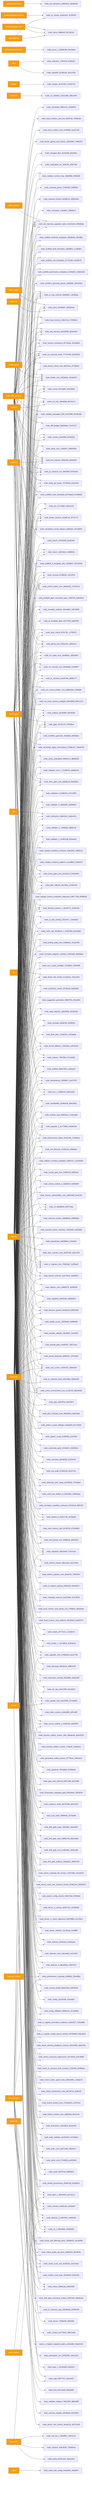
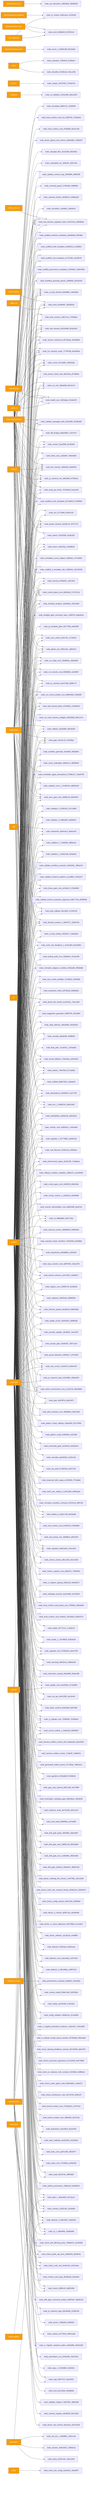
graph LR
  ext_inquirer_prompts_4d547149["@inquirer/prompts"] --> node_init_interactive_28845b2f_39350b46
  ext_octokit_plugin_retry_c9aecc53["@octokit/plugin-retry"] --> node_client_948fe603_907d5144
  ext_octokit_plugin_throttling_7909ece3["@octokit/plugin-throttling"] --> node_client_948fe603_907d5144
  ext_octokit_plugin_throttling_7909ece3["@octokit/plugin-throttling"] --> node_pr_creator_dc6b1ea4_4c333e0f
  ext_octokit_request_error_98ae13cc["@octokit/request-error"] --> node_errors_1_84b56c88_f9e19a8e
  ext_octokit_rest_c6e4d192["@octokit/rest"] --> node_client_948fe603_907d5144
  ext_octokit_rest_c6e4d192["@octokit/rest"] --> node_pr_creator_dc6b1ea4_4c333e0f
  ext_better_sqlite3_d7ed8f1a["better-sqlite3"] --> node_store_824d80d7_69038a3e
  ext_child_process_4845fa97["child_process"] --> node_test_harness_upgrade_matrix_84113c4e_e0838daa
  ext_diff_75a0ee1b["diff"] --> node_interactive_0eb42ac4_3ee6c3c6
  ext_effect_68d1dae1["effect"] --> node_classifier_fe1991a9_34ec128d
  ext_effect_68d1dae1["effect"] --> node_evaluator_27f6343f_e2466dc7
  ext_fs_3f4bb586["fs"] --> node_doctor_file_checks_bc1301dc_74dc1400
  ext_lodash_901466a5["lodash"] --> node_merger_3e167607_07e847e5
  ext_node_child_process_f62b7d19["node:child_process"] --> node_branch_enforcer_acb749cd_10e89517
  ext_node_child_process_f62b7d19["node:child_process"] --> node_changed_files_4c0102f6_bfd165bc
  ext_node_child_process_f62b7d19["node:child_process"] --> node_check_environment_core_2c16213f_a8a456d9
  ext_node_child_process_f62b7d19["node:child_process"] --> node_ci_migrate_core_7005b5af_7e295ae3
  ext_node_child_process_f62b7d19["node:child_process"] --> node_control_plane_core_db3b4cb2_27437a14
  ext_node_child_process_f62b7d19["node:child_process"] --> node_diff_budget_9da0268d_71167227
  ext_node_child_process_f62b7d19["node:child_process"] --> node_docs_gate_core_eb9b6c18_f8540503
  ext_node_child_process_f62b7d19["node:child_process"] --> node_doctor_check_utils_d0fc22ea_d74f86eb
  ext_node_child_process_f62b7d19["node:child_process"] --> node_doctor_github_tool_checks_a53b0382_76d832f7
  ext_node_child_process_f62b7d19["node:child_process"] --> node_github_e2e_2891a341_af6f1610
  ext_node_child_process_f62b7d19["node:child_process"] --> node_health_core_2b2fdada_341de678
  ext_node_child_process_f62b7d19["node:child_process"] --> node_linear_gate_core_a415ae74_222bd4b9
  ext_node_child_process_f62b7d19["node:child_process"] --> node_link_checker_d0fa555f_abfe9020
  ext_node_child_process_f62b7d19["node:child_process"] --> node_local_memory_0db17ecc_97fe98ce
  ext_node_child_process_f62b7d19["node:child_process"] --> node_local_runtime_card_d7fd59bf_beed7160
  ext_node_child_process_f62b7d19["node:child_process"] --> node_local_runtime_card_live_65f2f7da_7feb6eda
  ext_node_child_process_f62b7d19["node:child_process"] --> node_next_runner_41643472_9b94424f
  ext_node_child_process_f62b7d19["node:child_process"] --> node_pr_closeout_0ac07306_e8d9c77f
  ext_node_child_process_f62b7d19["node:child_process"] --> node_pr_closeout_env_9bfcd9ef_f476024a
  ext_node_child_process_f62b7d19["node:child_process"] --> node_remediate_06b9c7fc_2158505f
  ext_node_child_process_f62b7d19["node:child_process"] --> node_run_e2e_39efe696_fb07ee74
  ext_node_child_process_f62b7d19["node:child_process"] --> node_run_harness_evals_77704768_ba42904d
  ext_node_child_process_f62b7d19["node:child_process"] --> node_runner_527aa9f4_40925a5b
  ext_node_child_process_f62b7d19["node:child_process"] --> node_scaffold_hook_templates_8c74ab50_572d99d9
  ext_node_child_process_f62b7d19["node:child_process"] --> node_search_24193290_6a30c5b7
  ext_node_child_process_f62b7d19["node:child_process"] --> node_setup_git_hooks_70750d40_b4ca2cf9
  ext_node_child_process_f62b7d19["node:child_process"] --> node_test_harness_6e520b98_6b3d1d32
  ext_node_child_process_f62b7d19["node:child_process"] --> node_test_harness_upgrade_matrix_84113c4e_e0838daa
  ext_node_child_process_f62b7d19["node:child_process"] --> node_ui_loop_internal_f2eb8892_c4b49e6a
  ext_node_child_process_f62b7d19["node:child_process"] --> node_validate_commit_msg_43b008fe_f9560ef9
  ext_node_child_process_f62b7d19["node:child_process"] --> node_validate_packaged_skill_5e32c890_9228ad58
  ext_node_child_process_f62b7d19["node:child_process"] --> node_version_coherence_69733bcb_00c8d5d9
  ext_node_crypto_c7dfc512["node:crypto"] --> node_artifact_io_ba511748_6d1faad8
  ext_node_crypto_c7dfc512["node:crypto"] --> node_check_environment_core_2c16213f_a8a456d9
  ext_node_crypto_c7dfc512["node:crypto"] --> node_ci_migrate_signing_2d82ac3f_9e5e8974
  ext_node_crypto_c7dfc512["node:crypto"] --> node_control_plane_core_db3b4cb2_27437a14
  ext_node_crypto_c7dfc512["node:crypto"] --> node_decision_packet_1_dd443771_92fa570e
  ext_node_crypto_c7dfc512["node:crypto"] --> node_decision_packet_8ee9d119_b89c59dd
  ext_node_crypto_c7dfc512["node:crypto"] --> node_docs_gate_core_eb9b6c18_f8540503
  ext_node_crypto_c7dfc512["node:crypto"] --> node_enforcement_status_92d314f5_7cd48cbe
  ext_node_crypto_c7dfc512["node:crypto"] --> node_env_b77349bf_420e4120
  ext_node_crypto_c7dfc512["node:crypto"] --> node_gate_c974e17b_07549baf
  ext_node_crypto_c7dfc512["node:crypto"] --> node_idempotency_f5d39a07_bce757f2
  ext_node_crypto_c7dfc512["node:crypto"] --> node_indexer_70fa78e5_97c1bb0b
  ext_node_crypto_c7dfc512["node:crypto"] --> node_lexical_fallback_723e2b3e_cdb7bd33
  ext_node_crypto_c7dfc512["node:crypto"] --> node_linear_sync_a2fa2bf7_48e6d20b
  ext_node_crypto_c7dfc512["node:crypto"] --> node_link_checker_d0fa555f_abfe9020
  ext_node_crypto_c7dfc512["node:crypto"] --> node_migration_8a6cead4_3c3cc0a4
  ext_node_crypto_c7dfc512["node:crypto"] --> node_normalise_cc83ddc1_b95d4ccf
  ext_node_crypto_c7dfc512["node:crypto"] --> node_normalize_diagram_manifest_259cbddf_3f92b8d6
  ext_node_crypto_c7dfc512["node:crypto"] --> node_north_star_feedback_1_9c32c60d_b0cd38dc
  ext_node_crypto_c7dfc512["node:crypto"] --> node_pilot_rollback_00c1f82c_b744974b
  ext_node_crypto_c7dfc512["node:crypto"] --> node_preset_resolver_dc3dd716_3f747c75
  ext_node_crypto_c7dfc512["node:crypto"] --> node_remediate_apply_transactions_0738b122_7ebd0795
  ext_node_crypto_c7dfc512["node:crypto"] --> node_required_checks_46396214_9d882ad3
  ext_node_crypto_c7dfc512["node:crypto"] --> node_rollback_da25480f_48e45364
  ext_node_crypto_c7dfc512["node:crypto"] --> node_run_record_emitter_core_688049d5_2036fd6f
  ext_node_crypto_c7dfc512["node:crypto"] --> node_run_records_core_89286dfa_4ce958f7
  ext_node_crypto_c7dfc512["node:crypto"] --> node_run_state_core_25a955bc_a562e9bf
  ext_node_crypto_c7dfc512["node:crypto"] --> node_scan_cache_fc02c79c_11793337
  ext_node_crypto_c7dfc512["node:crypto"] --> node_simulate_analysis_164a460c_2367e095
  ext_node_crypto_c7dfc512["node:crypto"] --> node_sources_878a52fc_cd312fcd
  ext_node_crypto_c7dfc512["node:crypto"] --> node_test_harness_upgrade_matrix_84113c4e_e0838daa
  ext_node_crypto_c7dfc512["node:crypto"] --> node_tracer_1e6243a2_cb3d802b
  ext_node_crypto_c7dfc512["node:crypto"] --> node_ui_loop_internal_f2eb8892_c4b49e6a
  ext_node_crypto_c7dfc512["node:crypto"] --> node_upgrade_1_b277486e_4a06b7a8
  ext_node_dns_828a0bbf["node:dns"] --> node_url_validator_3c5a1568_b9b1dc66
  ext_node_fs_a15b7d96["node:fs"] --> node_artifact_io_ba511748_6d1faad8
  ext_node_fs_a15b7d96["node:fs"] --> node_artifact_provenance_03b81cbf_d3038614
  ext_node_fs_a15b7d96["node:fs"] --> node_audit_b81f37a0_398f4d93
  ext_node_fs_a15b7d96["node:fs"] --> node_authz_core_f714650a_ee0f2e9d
  ext_node_fs_a15b7d96["node:fs"] --> node_brain_core_aa07c380_2f924977
  ext_node_fs_a15b7d96["node:fs"] --> node_brain_validator_be251832_2e2228e2
  ext_node_fs_a15b7d96["node:fs"] --> node_brainstorm_e2e2381d_fea1b255
  ext_node_fs_a15b7d96["node:fs"] --> node_branch_enforcer_acb749cd_10e89517
  ext_node_fs_a15b7d96["node:fs"] --> node_branch_protect_core_a8feb0fd_38c1f12a
  ext_node_fs_a15b7d96["node:fs"] --> node_branch_protect_sync_570adb18_cc4751e4
  ext_node_fs_a15b7d96["node:fs"] --> node_check_20f65c28_48d25399
  ext_node_fs_a15b7d96["node:fs"] --> node_check_architecture_rules_6b7347fd_dc8f2cf3
  ext_node_fs_a15b7d96["node:fs"] --> node_check_code_size_9c5efc3a_154124ae
  ext_node_fs_a15b7d96["node:fs"] --> node_check_codex_agent_roles_5bb2e89b_c1a9a472
  ext_node_fs_a15b7d96["node:fs"] --> node_check_environment_core_2c16213f_a8a456d9
  ext_node_fs_a15b7d96["node:fs"] --> node_check_pr_closeout_truth_contract_f135348c_b39f6edc
  ext_node_fs_a15b7d96["node:fs"] --> node_check_public_api_docs_a9604f1b_f824853c
  ext_node_fs_a15b7d96["node:fs"] --> node_check_scorecard_regressions_5c7c6445_4b474868
  ext_node_fs_a15b7d96["node:fs"] --> node_check_self_affirming_tests_7638e575_c6155698
  ext_node_fs_a15b7d96["node:fs"] --> node_check_steering_feedback_contract_80134459_abb076fc
  ext_node_fs_a15b7d96["node:fs"] --> node_ci_migrate_core_7005b5af_7e295ae3
  ext_node_fs_a15b7d96["node:fs"] --> node_ci_migrate_merge_queue_window_0070bd6d_03bcdaa9
  ext_node_fs_a15b7d96["node:fs"] --> node_ci_migrate_promotion_evidence_1a2dc527_7ed1a850
  ext_node_fs_a15b7d96["node:fs"] --> node_cli_1_084e05fe_02d92b68
  ext_node_fs_a15b7d96["node:fs"] --> node_cli_99bb8840_659774ba
  ext_node_fs_a15b7d96["node:fs"] --> node_config_validator_669ebc2e_d7ca485d
  ext_node_fs_a15b7d96["node:fs"] --> node_context_health_80bb7da9_169768cb
  ext_node_fs_a15b7d96["node:fs"] --> node_contract_cc8321d6_c0e3de0f
  ext_node_fs_a15b7d96["node:fs"] --> node_control_plane_core_db3b4cb2_27437a14
  ext_node_fs_a15b7d96["node:fs"] --> node_decision_packet_1_dd443771_92fa570e
  ext_node_fs_a15b7d96["node:fs"] --> node_decision_packet_8ee9d119_b89c59dd
  ext_node_fs_a15b7d96["node:fs"] --> node_detector_2_b0fc2f46_7ea6b320
  ext_node_fs_a15b7d96["node:fs"] --> node_detector_3_86ca96aa_c95676c3
  ext_node_fs_a15b7d96["node:fs"] --> node_detector_core_cdccee8d_ca107dc8
  ext_node_fs_a15b7d96["node:fs"] --> node_detector_f2b3cbe4_a0d4caae
  ext_node_fs_a15b7d96["node:fs"] --> node_diff_budget_9da0268d_71167227
  ext_node_fs_a15b7d96["node:fs"] --> node_docs_gate_core_eb9b6c18_f8540503
  ext_node_fs_a15b7d96["node:fs"] --> node_doctor_artifacts_1a126caa_fcefdf99
  ext_node_fs_a15b7d96["node:fs"] --> node_doctor_check_utils_d0fc22ea_d74f86eb
  ext_node_fs_a15b7d96["node:fs"] --> node_doctor_ci_check_alignment_d50768bd_e1cc59c2
  ext_node_fs_a15b7d96["node:fs"] --> node_doctor_ci_checks_bd3971a2_aed260d6
  ext_node_fs_a15b7d96["node:fs"] --> node_doctor_config_checks_49c872e0_f42fb5e8
  ext_node_fs_a15b7d96["node:fs"] --> node_doctor_file_checks_bc1301dc_74dc1400
  ext_node_fs_a15b7d96["node:fs"] --> node_doctor_north_star_contract_checks_0048124c_02b00237
  ext_node_fs_a15b7d96["node:fs"] --> node_doctor_roadmap_file_checks_14447b8e_2d1c2d49
  ext_node_fs_a15b7d96["node:fs"] --> node_drift_gate_artifacts_29aeb0cc_86b9c342
  ext_node_fs_a15b7d96["node:fs"] --> node_drift_gate_core_ec6b4881_9500c485
  ext_node_fs_a15b7d96["node:fs"] --> node_drift_gate_rules_9685e72d_95044db0
  ext_node_fs_a15b7d96["node:fs"] --> node_drift_gate_types_3f045f82_a9a3c987
  ext_node_fs_a15b7d96["node:fs"] --> node_eject_1_d0ecd4d1_ba72accc
  ext_node_fs_a15b7d96["node:fs"] --> node_enforcement_status_92d314f5_7cd48cbe
  ext_node_fs_a15b7d96["node:fs"] --> node_env_1_b6f6b232_dda31a93
  ext_node_fs_a15b7d96["node:fs"] --> node_env_b77349bf_420e4120
  ext_node_fs_a15b7d96["node:fs"] --> node_eval_seed_5699fd3e_2a74a5f6
  ext_node_fs_a15b7d96["node:fs"] --> node_evidence_verify_3b73c290_e82131d7
  ext_node_fs_a15b7d96["node:fs"] --> node_fleet_plan_7a1dd79c_1225abdb
  ext_node_fs_a15b7d96["node:fs"] --> node_frontmatter_metadata_gate_6901bbe4_282d02fe
  ext_node_fs_a15b7d96["node:fs"] --> node_gap_case_internal_b9871ddf_dcd73f98
  ext_node_fs_a15b7d96["node:fs"] --> node_gardener_9416a9df_87b06be0
  ext_node_fs_a15b7d96["node:fs"] --> node_gate_c974e17b_07549baf
  ext_node_fs_a15b7d96["node:fs"] --> node_generated_artifact_parent_1f7755de_7894ed12
  ext_node_fs_a15b7d96["node:fs"] --> node_github_e2e_2891a341_af6f1610
  ext_node_fs_a15b7d96["node:fs"] --> node_harness_artifact_routine_17afacff_14dbb24c
  ext_node_fs_a15b7d96["node:fs"] --> node_harness_artifact_routine_utils_5abaac59_ab2e20b3
  ext_node_fs_a15b7d96["node:fs"] --> node_health_core_2b2fdada_341de678
  ext_node_fs_a15b7d96["node:fs"] --> node_idempotency_f5d39a07_bce757f2
  ext_node_fs_a15b7d96["node:fs"] --> node_index_context_de3ed39d_6df7adf5
  ext_node_fs_a15b7d96["node:fs"] --> node_indexer_70fa78e5_97c1bb0b
  ext_node_fs_a15b7d96["node:fs"] --> node_init_ops_e54123f9_3ce18443
  ext_node_fs_a15b7d96["node:fs"] --> node_instruction_compat_06a469fd_3b3e1df0
  ext_node_fs_a15b7d96["node:fs"] --> node_interactive_0eb42ac4_3ee6c3c6
  ext_node_fs_a15b7d96["node:fs"] --> node_learnings_9feb3e1d_4980a445
  ext_node_fs_a15b7d96["node:fs"] --> node_lexical_fallback_723e2b3e_cdb7bd33
  ext_node_fs_a15b7d96["node:fs"] --> node_linear_gate_core_a415ae74_222bd4b9
  ext_node_fs_a15b7d96["node:fs"] --> node_linear_sync_a2fa2bf7_48e6d20b
  ext_node_fs_a15b7d96["node:fs"] --> node_link_checker_d0fa555f_abfe9020
  ext_node_fs_a15b7d96["node:fs"] --> node_loader_1_16749818_9255dc35
  ext_node_fs_a15b7d96["node:fs"] --> node_loader_d47712cc_1c3a0e19
  ext_node_fs_a15b7d96["node:fs"] --> node_local_memory_0db17ecc_97fe98ce
  ext_node_fs_a15b7d96["node:fs"] --> node_local_runtime_card_artifacts_35c25816_0ad02372
  ext_node_fs_a15b7d96["node:fs"] --> node_local_runtime_card_phase_exit_275ffa9a_383aa95e
  ext_node_fs_a15b7d96["node:fs"] --> node_metadata_scanner_6a101b66_5ca79039
  ext_node_fs_a15b7d96["node:fs"] --> node_metrics_capture_core_db4bf7cf_7494304c
  ext_node_fs_a15b7d96["node:fs"] --> node_metrics_tracker_98cec29c_9c4c2266
  ext_node_fs_a15b7d96["node:fs"] --> node_migration_8a6cead4_3c3cc0a4
  ext_node_fs_a15b7d96["node:fs"] --> node_next_phase_exit_1fd996c9_a5f31003
  ext_node_fs_a15b7d96["node:fs"] --> node_next_runner_41643472_9b94424f
  ext_node_fs_a15b7d96["node:fs"] --> node_next_runtime_card_fa7867b3_0756a883
  ext_node_fs_a15b7d96["node:fs"] --> node_normalize_diagram_manifest_259cbddf_3f92b8d6
  ext_node_fs_a15b7d96["node:fs"] --> node_normalize_workflow_contracts_8701f1c8_0fdf7d2f
  ext_node_fs_a15b7d96["node:fs"] --> node_north_star_artifact_io_9f2c34b2_6490caba
  ext_node_fs_a15b7d96["node:fs"] --> node_north_star_feedback_1_9c32c60d_b0cd38dc
  ext_node_fs_a15b7d96["node:fs"] --> node_observed_skill_usage_ed7d5930_7f7edbe6
  ext_node_fs_a15b7d96["node:fs"] --> node_org_audit_d739e44b_e522723c
  ext_node_fs_a15b7d96["node:fs"] --> node_overrides_ab2dd33e_6115e15e
  ext_node_fs_a15b7d96["node:fs"] --> node_ownership_gate_2e194d13_2b02b2e1
  ext_node_fs_a15b7d96["node:fs"] --> node_pattern_scope_61ff946d_a1f21fd8
  ext_node_fs_a15b7d96["node:fs"] --> node_pattern_scope_siblings_43abe000_821756b0
  ext_node_fs_a15b7d96["node:fs"] --> node_pilot_evaluate_core_48a59b4a_deb218dc
  ext_node_fs_a15b7d96["node:fs"] --> node_pilot_rollback_00c1f82c_b744974b
  ext_node_fs_a15b7d96["node:fs"] --> node_plan_64879f7d_9e01597f
  ext_node_fs_a15b7d96["node:fs"] --> node_pr_closeout_0ac07306_e8d9c77f
  ext_node_fs_a15b7d96["node:fs"] --> node_pr_closeout_env_9bfcd9ef_f476024a
  ext_node_fs_a15b7d96["node:fs"] --> node_pr_closeout_input_02319f8e_456ea535
  ext_node_fs_a15b7d96["node:fs"] --> node_pr_template_gate_281778f9_aa0b3f59
  ext_node_fs_a15b7d96["node:fs"] --> node_preflight_gate_command_spec_c45f57f0_bdeb46cb
  ext_node_fs_a15b7d96["node:fs"] --> node_preset_detection_b0f00a17_4f7c5082
  ext_node_fs_a15b7d96["node:fs"] --> node_preset_resolver_dc3dd716_3f747c75
  ext_node_fs_a15b7d96["node:fs"] --> node_prompt_gate_c5e9d207_2927cacb
  ext_node_fs_a15b7d96["node:fs"] --> node_provider_adapter_3bcf82b7_3ce4cf67
  ext_node_fs_a15b7d96["node:fs"] --> node_quality_scorer_362f2a90_2a086a0b
  ext_node_fs_a15b7d96["node:fs"] --> node_registries_06402afa_0868b564
  ext_node_fs_a15b7d96["node:fs"] --> node_registry_core_c9990279_3e2fda38
  ext_node_fs_a15b7d96["node:fs"] --> node_remediate_apply_transactions_0738b122_7ebd0795
  ext_node_fs_a15b7d96["node:fs"] --> node_remediate_runner_helpers_929fedcc_8714d951
+   ext_node_fs_a15b7d96["node:fs"] --> node_repo_bound_paths_e218b5b3_216d0eb0
  ext_node_fs_a15b7d96["node:fs"] --> node_repo_scanner_core_8e9f7646_10aca705
  ext_node_fs_a15b7d96["node:fs"] --> node_repositories_a8038884_2c62efe4
  ext_node_fs_a15b7d96["node:fs"] --> node_required_check_manifest_744e3936_5a20f8d5
  ext_node_fs_a15b7d96["node:fs"] --> node_resource_tracker_d95b6649_20895bd3
  ext_node_fs_a15b7d96["node:fs"] --> node_resume_admissibility_core_8ab84488_faaf2191
  ext_node_fs_a15b7d96["node:fs"] --> node_review_context_1_e3afed15_9e46568f
  ext_node_fs_a15b7d96["node:fs"] --> node_review_gate_core_4c8001f9_809cf3ee
  ext_node_fs_a15b7d96["node:fs"] --> node_rollback_da25480f_48e45364
  ext_node_fs_a15b7d96["node:fs"] --> node_rollback_manifest_validation_d8f5147c_e2e46585
  ext_node_fs_a15b7d96["node:fs"] --> node_rule_lifecycle_3130e11b_d296efac
  ext_node_fs_a15b7d96["node:fs"] --> node_run_e2e_39efe696_fb07ee74
  ext_node_fs_a15b7d96["node:fs"] --> node_run_harness_evals_77704768_ba42904d
  ext_node_fs_a15b7d96["node:fs"] --> node_run_record_emitter_core_688049d5_2036fd6f
  ext_node_fs_a15b7d96["node:fs"] --> node_run_records_core_89286dfa_4ce958f7
  ext_node_fs_a15b7d96["node:fs"] --> node_run_state_core_25a955bc_a562e9bf
  ext_node_fs_a15b7d96["node:fs"] --> node_runner_527aa9f4_40925a5b
  ext_node_fs_a15b7d96["node:fs"] --> node_runtime_card_e06b53e1_144e4a95
  ext_node_fs_a15b7d96["node:fs"] --> node_satisfiability_6c08de4b_de8c902a
  ext_node_fs_a15b7d96["node:fs"] --> node_scaffold_ci_template_utils_1035b61c_0513532b
  ext_node_fs_a15b7d96["node:fs"] --> node_scaffold_db8a7260_1ca6adc9
  ext_node_fs_a15b7d96["node:fs"] --> node_scaffold_governance_templates_5c949d24_3d624d65
  ext_node_fs_a15b7d96["node:fs"] --> node_scaffold_hook_templates_8c74ab50_572d99d9
  ext_node_fs_a15b7d96["node:fs"] --> node_scaffold_root_templates_61731280_c6c59378
  ext_node_fs_a15b7d96["node:fs"] --> node_scaffold_shell_templates_0ad0f915_ccc86664
  ext_node_fs_a15b7d96["node:fs"] --> node_scaffold_worktree_templates_66a38e9a_ff3c085c
  ext_node_fs_a15b7d96["node:fs"] --> node_scan_cache_fc02c79c_11793337
  ext_node_fs_a15b7d96["node:fs"] --> node_setup_git_hooks_70750d40_b4ca2cf9
  ext_node_fs_a15b7d96["node:fs"] --> node_simulate_analysis_164a460c_2367e095
  ext_node_fs_a15b7d96["node:fs"] --> node_simulate_b9efe395_90dff935
  ext_node_fs_a15b7d96["node:fs"] --> node_source_outline_1_54a631fa_8582fb07
  ext_node_fs_a15b7d96["node:fs"] --> node_sources_878a52fc_cd312fcd
  ext_node_fs_a15b7d96["node:fs"] --> node_stale_detector_a563289e_653281b0
  ext_node_fs_a15b7d96["node:fs"] --> node_store_824d80d7_69038a3e
  ext_node_fs_a15b7d96["node:fs"] --> node_suggestion_generator_0956f794_4fce3834
  ext_node_fs_a15b7d96["node:fs"] --> node_symphony_check_e97f2ea0_09eb5bd1
  ext_node_fs_a15b7d96["node:fs"] --> node_sync_codex_preflight_7e7a8dc2_f2ef0386
  ext_node_fs_a15b7d96["node:fs"] --> node_test_harness_6e520b98_6b3d1d32
  ext_node_fs_a15b7d96["node:fs"] --> node_test_harness_upgrade_matrix_84113c4e_e0838daa
  ext_node_fs_a15b7d96["node:fs"] --> node_tooling_audit_core_328d6a41_01cbc905
  ext_node_fs_a15b7d96["node:fs"] --> node_tracer_1e6243a2_cb3d802b
  ext_node_fs_a15b7d96["node:fs"] --> node_ui_loop_internal_f2eb8892_c4b49e6a
  ext_node_fs_a15b7d96["node:fs"] --> node_ui_loop_tooling_12b2d2c7_1abedab2
  ext_node_fs_a15b7d96["node:fs"] --> node_update_core_bced358c_b710dd59
  ext_node_fs_a15b7d96["node:fs"] --> node_upgrade_1_b277486e_4a06b7a8
  ext_node_fs_a15b7d96["node:fs"] --> node_upgrade_core_b759da40_eeec275b
  ext_node_fs_a15b7d96["node:fs"] --> node_validate_branch_protection_alignment_09b7779a_6f299056
  ext_node_fs_a15b7d96["node:fs"] --> node_validate_commit_msg_43b008fe_f9560ef9
  ext_node_fs_a15b7d96["node:fs"] --> node_validate_evidence_patterns_cacd9fb4_240eb37f
  ext_node_fs_a15b7d96["node:fs"] --> node_validate_packaged_skill_5e32c890_9228ad58
  ext_node_fs_a15b7d96["node:fs"] --> node_validate_workflow_contracts_33dc063c_2f80e314
  ext_node_fs_a15b7d96["node:fs"] --> node_validator_1_0c0621d8_0e5afcb6
  ext_node_fs_a15b7d96["node:fs"] --> node_validator_2_744853f5_98bb2caf
  ext_node_fs_a15b7d96["node:fs"] --> node_validator_3_28b6e9f3_2ed5b007
  ext_node_fs_a15b7d96["node:fs"] --> node_validator_4_5180cf23_247c289b
  ext_node_fs_a15b7d96["node:fs"] --> node_validator_core_1_1518647e_d8d0b249
  ext_node_fs_a15b7d96["node:fs"] --> node_verify_coderabbit_490b4e71_8859655f
  ext_node_fs_a15b7d96["node:fs"] --> node_version_5ca4f385_fd75945b
  ext_node_fs_a15b7d96["node:fs"] --> node_version_coherence_69733bcb_00c8d5d9
  ext_node_fs_a15b7d96["node:fs"] --> node_workflow_generate_2fc0af62_803bbfeb
  ext_node_fs_a15b7d96["node:fs"] --> node_workflow_generate_parser_ad69fefe_62542333
  ext_node_module_ca1b42af["node:module"] --> node_health_core_2b2fdada_341de678
  ext_node_os_d93fe73a["node:os"] --> node_env_1_b6f6b232_dda31a93
  ext_node_os_d93fe73a["node:os"] --> node_github_e2e_2891a341_af6f1610
  ext_node_os_d93fe73a["node:os"] --> node_link_checker_d0fa555f_abfe9020
  ext_node_os_d93fe73a["node:os"] --> node_overload_guard_2748c559_3eff560b
  ext_node_os_d93fe73a["node:os"] --> node_performance_overload_c685bfcf_291ef65a
  ext_node_os_d93fe73a["node:os"] --> node_pr_closeout_env_9bfcd9ef_f476024a
  ext_node_os_d93fe73a["node:os"] --> node_runner_527aa9f4_40925a5b
  ext_node_os_d93fe73a["node:os"] --> node_test_harness_6e520b98_6b3d1d32
  ext_node_os_d93fe73a["node:os"] --> node_test_harness_upgrade_matrix_84113c4e_e0838daa
  ext_node_path_78811c13["node:path"] --> node_args_090772cf_1bac9202
  ext_node_path_78811c13["node:path"] --> node_args_1_15220d9b_f1d9281c
  ext_node_path_78811c13["node:path"] --> node_artifact_io_ba511748_6d1faad8
  ext_node_path_78811c13["node:path"] --> node_artifact_provenance_03b81cbf_d3038614
  ext_node_path_78811c13["node:path"] --> node_audit_b81f37a0_398f4d93
  ext_node_path_78811c13["node:path"] --> node_authz_core_f714650a_ee0f2e9d
  ext_node_path_78811c13["node:path"] --> node_automation_run_22331800_346133c3
  ext_node_path_78811c13["node:path"] --> node_brain_core_aa07c380_2f924977
  ext_node_path_78811c13["node:path"] --> node_brain_validator_be251832_2e2228e2
  ext_node_path_78811c13["node:path"] --> node_brainstorm_e2e2381d_fea1b255
  ext_node_path_78811c13["node:path"] --> node_branch_enforcer_acb749cd_10e89517
  ext_node_path_78811c13["node:path"] --> node_branch_protect_core_a8feb0fd_38c1f12a
  ext_node_path_78811c13["node:path"] --> node_branch_protect_sync_570adb18_cc4751e4
  ext_node_path_78811c13["node:path"] --> node_check_20f65c28_48d25399
  ext_node_path_78811c13["node:path"] --> node_check_architecture_rules_6b7347fd_dc8f2cf3
  ext_node_path_78811c13["node:path"] --> node_check_code_size_9c5efc3a_154124ae
  ext_node_path_78811c13["node:path"] --> node_check_codex_agent_roles_5bb2e89b_c1a9a472
  ext_node_path_78811c13["node:path"] --> node_check_environment_core_2c16213f_a8a456d9
  ext_node_path_78811c13["node:path"] --> node_check_pr_closeout_truth_contract_f135348c_b39f6edc
  ext_node_path_78811c13["node:path"] --> node_check_public_api_docs_a9604f1b_f824853c
  ext_node_path_78811c13["node:path"] --> node_check_scorecard_regressions_5c7c6445_4b474868
  ext_node_path_78811c13["node:path"] --> node_check_self_affirming_tests_7638e575_c6155698
  ext_node_path_78811c13["node:path"] --> node_check_steering_feedback_contract_80134459_abb076fc
  ext_node_path_78811c13["node:path"] --> node_ci_migrate_core_7005b5af_7e295ae3
  ext_node_path_78811c13["node:path"] --> node_ci_migrate_merge_queue_window_0070bd6d_03bcdaa9
  ext_node_path_78811c13["node:path"] --> node_ci_migrate_promotion_evidence_1a2dc527_7ed1a850
  ext_node_path_78811c13["node:path"] --> node_ci_migrate_snapshot_paths_a10de06b_30ae5166
  ext_node_path_78811c13["node:path"] --> node_cli_1_084e05fe_02d92b68
  ext_node_path_78811c13["node:path"] --> node_cli_99bb8840_659774ba
  ext_node_path_78811c13["node:path"] --> node_config_validator_669ebc2e_d7ca485d
  ext_node_path_78811c13["node:path"] --> node_context_ea7792a2_08541ab6
  ext_node_path_78811c13["node:path"] --> node_context_health_80bb7da9_169768cb
  ext_node_path_78811c13["node:path"] --> node_contract_cc8321d6_c0e3de0f
  ext_node_path_78811c13["node:path"] --> node_control_plane_core_db3b4cb2_27437a14
  ext_node_path_78811c13["node:path"] --> node_decision_packet_1_dd443771_92fa570e
  ext_node_path_78811c13["node:path"] --> node_decision_packet_8ee9d119_b89c59dd
  ext_node_path_78811c13["node:path"] --> node_detector_2_b0fc2f46_7ea6b320
  ext_node_path_78811c13["node:path"] --> node_detector_3_86ca96aa_c95676c3
  ext_node_path_78811c13["node:path"] --> node_detector_core_cdccee8d_ca107dc8
  ext_node_path_78811c13["node:path"] --> node_detector_f2b3cbe4_a0d4caae
  ext_node_path_78811c13["node:path"] --> node_docs_gate_core_eb9b6c18_f8540503
  ext_node_path_78811c13["node:path"] --> node_doctor_72f4be89_04fd2f3d
  ext_node_path_78811c13["node:path"] --> node_doctor_artifacts_1a126caa_fcefdf99
  ext_node_path_78811c13["node:path"] --> node_doctor_ci_check_alignment_d50768bd_e1cc59c2
  ext_node_path_78811c13["node:path"] --> node_doctor_ci_checks_bd3971a2_aed260d6
  ext_node_path_78811c13["node:path"] --> node_doctor_config_checks_49c872e0_f42fb5e8
  ext_node_path_78811c13["node:path"] --> node_doctor_file_checks_bc1301dc_74dc1400
  ext_node_path_78811c13["node:path"] --> node_doctor_north_star_contract_checks_0048124c_02b00237
  ext_node_path_78811c13["node:path"] --> node_doctor_roadmap_file_checks_14447b8e_2d1c2d49
  ext_node_path_78811c13["node:path"] --> node_drift_gate_artifacts_29aeb0cc_86b9c342
  ext_node_path_78811c13["node:path"] --> node_drift_gate_command_surface_060f7e67_f8e83146
  ext_node_path_78811c13["node:path"] --> node_drift_gate_core_ec6b4881_9500c485
  ext_node_path_78811c13["node:path"] --> node_drift_gate_rules_9685e72d_95044db0
  ext_node_path_78811c13["node:path"] --> node_drift_gate_types_3f045f82_a9a3c987
  ext_node_path_78811c13["node:path"] --> node_eject_1_d0ecd4d1_ba72accc
  ext_node_path_78811c13["node:path"] --> node_enforcement_status_92d314f5_7cd48cbe
  ext_node_path_78811c13["node:path"] --> node_env_1_b6f6b232_dda31a93
  ext_node_path_78811c13["node:path"] --> node_eval_seed_5699fd3e_2a74a5f6
  ext_node_path_78811c13["node:path"] --> node_evidence_verify_3b73c290_e82131d7
  ext_node_path_78811c13["node:path"] --> node_frontmatter_metadata_gate_6901bbe4_282d02fe
  ext_node_path_78811c13["node:path"] --> node_gap_case_internal_b9871ddf_dcd73f98
  ext_node_path_78811c13["node:path"] --> node_gardener_9416a9df_87b06be0
  ext_node_path_78811c13["node:path"] --> node_gate_c974e17b_07549baf
  ext_node_path_78811c13["node:path"] --> node_generated_artifact_parent_1f7755de_7894ed12
  ext_node_path_78811c13["node:path"] --> node_github_e2e_2891a341_af6f1610
  ext_node_path_78811c13["node:path"] --> node_harness_artifact_routine_17afacff_14dbb24c
  ext_node_path_78811c13["node:path"] --> node_harness_artifact_routine_utils_5abaac59_ab2e20b3
  ext_node_path_78811c13["node:path"] --> node_health_core_2b2fdada_341de678
  ext_node_path_78811c13["node:path"] --> node_idempotency_f5d39a07_bce757f2
  ext_node_path_78811c13["node:path"] --> node_index_context_de3ed39d_6df7adf5
  ext_node_path_78811c13["node:path"] --> node_indexer_70fa78e5_97c1bb0b
  ext_node_path_78811c13["node:path"] --> node_init_ops_e54123f9_3ce18443
  ext_node_path_78811c13["node:path"] --> node_instruction_compat_06a469fd_3b3e1df0
  ext_node_path_78811c13["node:path"] --> node_interactive_0eb42ac4_3ee6c3c6
  ext_node_path_78811c13["node:path"] --> node_learnings_9feb3e1d_4980a445
  ext_node_path_78811c13["node:path"] --> node_lexical_fallback_723e2b3e_cdb7bd33
  ext_node_path_78811c13["node:path"] --> node_linear_gate_core_a415ae74_222bd4b9
  ext_node_path_78811c13["node:path"] --> node_link_checker_d0fa555f_abfe9020
  ext_node_path_78811c13["node:path"] --> node_loader_1_16749818_9255dc35
  ext_node_path_78811c13["node:path"] --> node_loader_d47712cc_1c3a0e19
  ext_node_path_78811c13["node:path"] --> node_local_runtime_card_artifacts_35c25816_0ad02372
  ext_node_path_78811c13["node:path"] --> node_local_runtime_card_phase_exit_275ffa9a_383aa95e
  ext_node_path_78811c13["node:path"] --> node_metadata_scanner_6a101b66_5ca79039
  ext_node_path_78811c13["node:path"] --> node_metrics_capture_core_db4bf7cf_7494304c
  ext_node_path_78811c13["node:path"] --> node_metrics_tracker_98cec29c_9c4c2266
  ext_node_path_78811c13["node:path"] --> node_migration_8a6cead4_3c3cc0a4
  ext_node_path_78811c13["node:path"] --> node_next_phase_exit_1fd996c9_a5f31003
  ext_node_path_78811c13["node:path"] --> node_next_runner_41643472_9b94424f
  ext_node_path_78811c13["node:path"] --> node_next_runtime_card_fa7867b3_0756a883
  ext_node_path_78811c13["node:path"] --> node_normalize_diagram_manifest_259cbddf_3f92b8d6
  ext_node_path_78811c13["node:path"] --> node_normalize_workflow_contracts_8701f1c8_0fdf7d2f
  ext_node_path_78811c13["node:path"] --> node_north_star_artifact_io_9f2c34b2_6490caba
  ext_node_path_78811c13["node:path"] --> node_north_star_feedback_1_9c32c60d_b0cd38dc
  ext_node_path_78811c13["node:path"] --> node_observed_skill_usage_ed7d5930_7f7edbe6
  ext_node_path_78811c13["node:path"] --> node_org_audit_d739e44b_e522723c
  ext_node_path_78811c13["node:path"] --> node_overrides_ab2dd33e_6115e15e
  ext_node_path_78811c13["node:path"] --> node_ownership_gate_2e194d13_2b02b2e1
  ext_node_path_78811c13["node:path"] --> node_pattern_scope_61ff946d_a1f21fd8
  ext_node_path_78811c13["node:path"] --> node_pattern_scope_siblings_43abe000_821756b0
  ext_node_path_78811c13["node:path"] --> node_pilot_evaluate_core_48a59b4a_deb218dc
  ext_node_path_78811c13["node:path"] --> node_pilot_rollback_00c1f82c_b744974b
  ext_node_path_78811c13["node:path"] --> node_plan_64879f7d_9e01597f
  ext_node_path_78811c13["node:path"] --> node_pr_closeout_0ac07306_e8d9c77f
  ext_node_path_78811c13["node:path"] --> node_pr_closeout_args_8164b0a8_2240b166
  ext_node_path_78811c13["node:path"] --> node_pr_closeout_env_9bfcd9ef_f476024a
  ext_node_path_78811c13["node:path"] --> node_pr_closeout_input_02319f8e_456ea535
  ext_node_path_78811c13["node:path"] --> node_preset_detection_b0f00a17_4f7c5082
  ext_node_path_78811c13["node:path"] --> node_preset_resolver_dc3dd716_3f747c75
  ext_node_path_78811c13["node:path"] --> node_prompt_gate_c5e9d207_2927cacb
  ext_node_path_78811c13["node:path"] --> node_provider_adapter_3bcf82b7_3ce4cf67
  ext_node_path_78811c13["node:path"] --> node_quality_scorer_362f2a90_2a086a0b
  ext_node_path_78811c13["node:path"] --> node_registries_06402afa_0868b564
  ext_node_path_78811c13["node:path"] --> node_registry_core_c9990279_3e2fda38
  ext_node_path_78811c13["node:path"] --> node_remediate_apply_transactions_0738b122_7ebd0795
  ext_node_path_78811c13["node:path"] --> node_replay_ac203c98_115ce9a2
+   ext_node_path_78811c13["node:path"] --> node_repo_bound_paths_e218b5b3_216d0eb0
  ext_node_path_78811c13["node:path"] --> node_repo_scanner_core_8e9f7646_10aca705
  ext_node_path_78811c13["node:path"] --> node_repositories_a8038884_2c62efe4
  ext_node_path_78811c13["node:path"] --> node_required_check_manifest_744e3936_5a20f8d5
  ext_node_path_78811c13["node:path"] --> node_resource_tracker_d95b6649_20895bd3
  ext_node_path_78811c13["node:path"] --> node_resume_admissibility_core_8ab84488_faaf2191
  ext_node_path_78811c13["node:path"] --> node_review_context_1_e3afed15_9e46568f
  ext_node_path_78811c13["node:path"] --> node_review_gate_core_4c8001f9_809cf3ee
  ext_node_path_78811c13["node:path"] --> node_rollback_da25480f_48e45364
  ext_node_path_78811c13["node:path"] --> node_rollback_manifest_validation_d8f5147c_e2e46585
  ext_node_path_78811c13["node:path"] --> node_rule_lifecycle_3130e11b_d296efac
  ext_node_path_78811c13["node:path"] --> node_run_e2e_39efe696_fb07ee74
  ext_node_path_78811c13["node:path"] --> node_run_harness_evals_77704768_ba42904d
  ext_node_path_78811c13["node:path"] --> node_run_local_memory_preflight_36e92808_9841c57a
  ext_node_path_78811c13["node:path"] --> node_run_record_emitter_core_688049d5_2036fd6f
  ext_node_path_78811c13["node:path"] --> node_run_records_core_89286dfa_4ce958f7
  ext_node_path_78811c13["node:path"] --> node_run_state_core_25a955bc_a562e9bf
  ext_node_path_78811c13["node:path"] --> node_runner_527aa9f4_40925a5b
  ext_node_path_78811c13["node:path"] --> node_runtime_card_args_2b3d4b28_5cfe029c
  ext_node_path_78811c13["node:path"] --> node_runtime_card_e06b53e1_144e4a95
  ext_node_path_78811c13["node:path"] --> node_satisfiability_6c08de4b_de8c902a
  ext_node_path_78811c13["node:path"] --> node_scaffold_ci_template_utils_1035b61c_0513532b
  ext_node_path_78811c13["node:path"] --> node_scaffold_db8a7260_1ca6adc9
  ext_node_path_78811c13["node:path"] --> node_scaffold_hook_templates_8c74ab50_572d99d9
  ext_node_path_78811c13["node:path"] --> node_scan_cache_fc02c79c_11793337
  ext_node_path_78811c13["node:path"] --> node_search_24193290_6a30c5b7
  ext_node_path_78811c13["node:path"] --> node_setup_git_hooks_70750d40_b4ca2cf9
  ext_node_path_78811c13["node:path"] --> node_simulate_analysis_164a460c_2367e095
  ext_node_path_78811c13["node:path"] --> node_simulate_b9efe395_90dff935
  ext_node_path_78811c13["node:path"] --> node_source_outline_1_54a631fa_8582fb07
  ext_node_path_78811c13["node:path"] --> node_sources_878a52fc_cd312fcd
  ext_node_path_78811c13["node:path"] --> node_stale_detector_a563289e_653281b0
  ext_node_path_78811c13["node:path"] --> node_store_824d80d7_69038a3e
  ext_node_path_78811c13["node:path"] --> node_suggestion_generator_0956f794_4fce3834
  ext_node_path_78811c13["node:path"] --> node_symphony_check_e97f2ea0_09eb5bd1
  ext_node_path_78811c13["node:path"] --> node_sync_codex_preflight_7e7a8dc2_f2ef0386
  ext_node_path_78811c13["node:path"] --> node_test_harness_6e520b98_6b3d1d32
  ext_node_path_78811c13["node:path"] --> node_test_harness_upgrade_matrix_84113c4e_e0838daa
  ext_node_path_78811c13["node:path"] --> node_tooling_audit_core_328d6a41_01cbc905
  ext_node_path_78811c13["node:path"] --> node_tracer_1e6243a2_cb3d802b
  ext_node_path_78811c13["node:path"] --> node_ui_loop_internal_f2eb8892_c4b49e6a
  ext_node_path_78811c13["node:path"] --> node_ui_loop_tooling_12b2d2c7_1abedab2
  ext_node_path_78811c13["node:path"] --> node_update_core_bced358c_b710dd59
  ext_node_path_78811c13["node:path"] --> node_upgrade_1_b277486e_4a06b7a8
  ext_node_path_78811c13["node:path"] --> node_upgrade_core_b759da40_eeec275b
  ext_node_path_78811c13["node:path"] --> node_validate_branch_protection_alignment_09b7779a_6f299056
  ext_node_path_78811c13["node:path"] --> node_validate_evidence_patterns_cacd9fb4_240eb37f
  ext_node_path_78811c13["node:path"] --> node_validate_packaged_skill_5e32c890_9228ad58
  ext_node_path_78811c13["node:path"] --> node_validate_workflow_contracts_33dc063c_2f80e314
  ext_node_path_78811c13["node:path"] --> node_validator_1_0c0621d8_0e5afcb6
  ext_node_path_78811c13["node:path"] --> node_validator_2_744853f5_98bb2caf
  ext_node_path_78811c13["node:path"] --> node_validator_3_28b6e9f3_2ed5b007
  ext_node_path_78811c13["node:path"] --> node_validator_4_5180cf23_247c289b
  ext_node_path_78811c13["node:path"] --> node_validator_core_1_1518647e_d8d0b249
  ext_node_path_78811c13["node:path"] --> node_verify_coderabbit_490b4e71_8859655f
  ext_node_path_78811c13["node:path"] --> node_version_5ca4f385_fd75945b
  ext_node_path_78811c13["node:path"] --> node_version_coherence_69733bcb_00c8d5d9
  ext_node_path_78811c13["node:path"] --> node_workflow_generate_2fc0af62_803bbfeb
  ext_node_perf_hooks_906292ff["node:perf_hooks"] --> node_performance_overload_c685bfcf_291ef65a
  ext_node_process_00cdf119["node:process"] --> node_args_090772cf_1bac9202
  ext_node_process_00cdf119["node:process"] --> node_check_20f65c28_48d25399
  ext_node_process_00cdf119["node:process"] --> node_ci_migrate_core_7005b5af_7e295ae3
  ext_node_process_00cdf119["node:process"] --> node_ci_migrate_signing_2d82ac3f_9e5e8974
  ext_node_process_00cdf119["node:process"] --> node_cli_1_084e05fe_02d92b68
  ext_node_process_00cdf119["node:process"] --> node_contract_cc8321d6_c0e3de0f
  ext_node_process_00cdf119["node:process"] --> node_next_c6c1c9a9_040a8dbb
  ext_node_process_00cdf119["node:process"] --> node_next_runner_41643472_9b94424f
  ext_node_process_00cdf119["node:process"] --> node_performance_overload_c685bfcf_291ef65a
  ext_node_process_00cdf119["node:process"] --> node_pr_closeout_args_8164b0a8_2240b166
  ext_node_process_00cdf119["node:process"] --> node_runtime_card_args_2b3d4b28_5cfe029c
  ext_node_process_00cdf119["node:process"] --> node_upgrade_core_b759da40_eeec275b
  ext_node_readline_bb6096cc["node:readline"] --> node_eject_1_d0ecd4d1_ba72accc
-   ext_node_url_d0cb3ad7["node:url"] --> node_ci_migrate_core_7005b5af_7e295ae3
  ext_node_url_d0cb3ad7["node:url"] --> node_cli_99bb8840_659774ba
  ext_node_url_d0cb3ad7["node:url"] --> node_coderabbit_csv_3ef61ffc_af2b743e
  ext_node_url_d0cb3ad7["node:url"] --> node_control_plane_core_db3b4cb2_27437a14
  ext_node_url_d0cb3ad7["node:url"] --> node_decision_packet_1_dd443771_92fa570e
  ext_node_url_d0cb3ad7["node:url"] --> node_gate_c974e17b_07549baf
  ext_node_url_d0cb3ad7["node:url"] --> node_health_core_2b2fdada_341de678
  ext_node_url_d0cb3ad7["node:url"] --> node_preset_resolver_dc3dd716_3f747c75
+   ext_node_url_d0cb3ad7["node:url"] --> node_repo_bound_paths_e218b5b3_216d0eb0
  ext_node_url_d0cb3ad7["node:url"] --> node_run_e2e_39efe696_fb07ee74
  ext_node_url_d0cb3ad7["node:url"] --> node_run_harness_evals_77704768_ba42904d
  ext_node_url_d0cb3ad7["node:url"] --> node_run_local_memory_preflight_36e92808_9841c57a
  ext_node_url_d0cb3ad7["node:url"] --> node_scaffold_ci_template_utils_1035b61c_0513532b
  ext_node_url_d0cb3ad7["node:url"] --> node_scaffold_governance_templates_5c949d24_3d624d65
  ext_node_url_d0cb3ad7["node:url"] --> node_scaffold_root_templates_61731280_c6c59378
  ext_node_url_d0cb3ad7["node:url"] --> node_scaffold_shell_templates_0ad0f915_ccc86664
  ext_node_url_d0cb3ad7["node:url"] --> node_scaffold_worktree_templates_66a38e9a_ff3c085c
  ext_node_url_d0cb3ad7["node:url"] --> node_test_harness_upgrade_matrix_84113c4e_e0838daa
  ext_node_url_d0cb3ad7["node:url"] --> node_ui_loop_internal_f2eb8892_c4b49e6a
  ext_node_url_d0cb3ad7["node:url"] --> node_version_5ca4f385_fd75945b
  ext_picomatch_2ebdbf14["picomatch"] --> node_detector_2_b0fc2f46_7ea6b320
  ext_picomatch_2ebdbf14["picomatch"] --> node_policy_823412d1_3bce1002
  ext_picomatch_2ebdbf14["picomatch"] --> node_resolver_439c3635_729842aa
  ext_picomatch_2ebdbf14["picomatch"] --> node_risk_tier_1_96b6ff91_19911c0e
  ext_semver_b4039641["semver"] --> node_check_environment_core_2c16213f_a8a456d9
  ext_semver_b4039641["semver"] --> node_doctor_tool_checks_4acac51a_9e791a28
  ext_semver_b4039641["semver"] --> node_migration_8a6cead4_3c3cc0a4
  ext_semver_b4039641["semver"] --> node_schema_migrate_c0646635_f0e7b25b
  ext_semver_b4039641["semver"] --> node_update_core_bced358c_b710dd59
  ext_semver_b4039641["semver"] --> node_upgrade_1_b277486e_4a06b7a8
  ext_semver_b4039641["semver"] --> node_validator_helpers_7b927667_8b691f8f
  ext_sqlite_vec_bae73cf2["sqlite-vec"] --> node_store_824d80d7_69038a3e
  ext_typescript_fb9da861["typescript"] --> node_check_code_size_9c5efc3a_154124ae
  ext_typescript_fb9da861["typescript"] --> node_check_public_api_docs_a9604f1b_f824853c
  ext_typescript_fb9da861["typescript"] --> node_check_self_affirming_tests_7638e575_c6155698
  ext_typescript_fb9da861["typescript"] --> node_source_outline_1_54a631fa_8582fb07
  ext_vitest_4c9cfa13["vitest"] --> node_vitest_e2e_config_4e2a61bc_3efa3f07
  style ext_better_sqlite3_d7ed8f1a fill:#f59e0b,color:#fff
  style ext_child_process_4845fa97 fill:#f59e0b,color:#fff
  style ext_diff_75a0ee1b fill:#f59e0b,color:#fff
  style ext_effect_68d1dae1 fill:#f59e0b,color:#fff
  style ext_fs_3f4bb586 fill:#f59e0b,color:#fff
  style ext_inquirer_prompts_4d547149 fill:#f59e0b,color:#fff
  style ext_lodash_901466a5 fill:#f59e0b,color:#fff
  style ext_node_child_process_f62b7d19 fill:#f59e0b,color:#fff
  style ext_node_crypto_c7dfc512 fill:#f59e0b,color:#fff
  style ext_node_dns_828a0bbf fill:#f59e0b,color:#fff
  style ext_node_fs_a15b7d96 fill:#f59e0b,color:#fff
  style ext_node_module_ca1b42af fill:#f59e0b,color:#fff
  style ext_node_os_d93fe73a fill:#f59e0b,color:#fff
  style ext_node_path_78811c13 fill:#f59e0b,color:#fff
  style ext_node_perf_hooks_906292ff fill:#f59e0b,color:#fff
  style ext_node_process_00cdf119 fill:#f59e0b,color:#fff
  style ext_node_readline_bb6096cc fill:#f59e0b,color:#fff
  style ext_node_url_d0cb3ad7 fill:#f59e0b,color:#fff
  style ext_octokit_plugin_retry_c9aecc53 fill:#f59e0b,color:#fff
  style ext_octokit_plugin_throttling_7909ece3 fill:#f59e0b,color:#fff
  style ext_octokit_request_error_98ae13cc fill:#f59e0b,color:#fff
  style ext_octokit_rest_c6e4d192 fill:#f59e0b,color:#fff
  style ext_picomatch_2ebdbf14 fill:#f59e0b,color:#fff
  style ext_semver_b4039641 fill:#f59e0b,color:#fff
  style ext_sqlite_vec_bae73cf2 fill:#f59e0b,color:#fff
  style ext_typescript_fb9da861 fill:#f59e0b,color:#fff
  style ext_vitest_4c9cfa13 fill:#f59e0b,color:#fff
